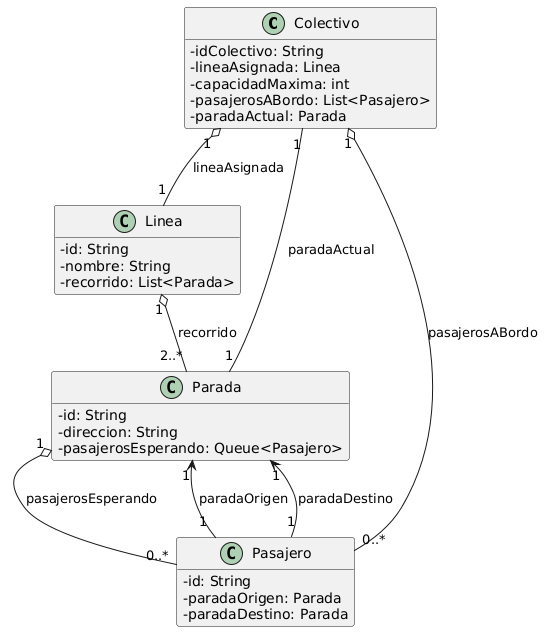
MiyoBran/simulador-colectivos keeps this PlantUML diagram as simulador-colectivos1/src/main/resources/Documentacion/UMLSimplificado.png. Above is the earlier version.
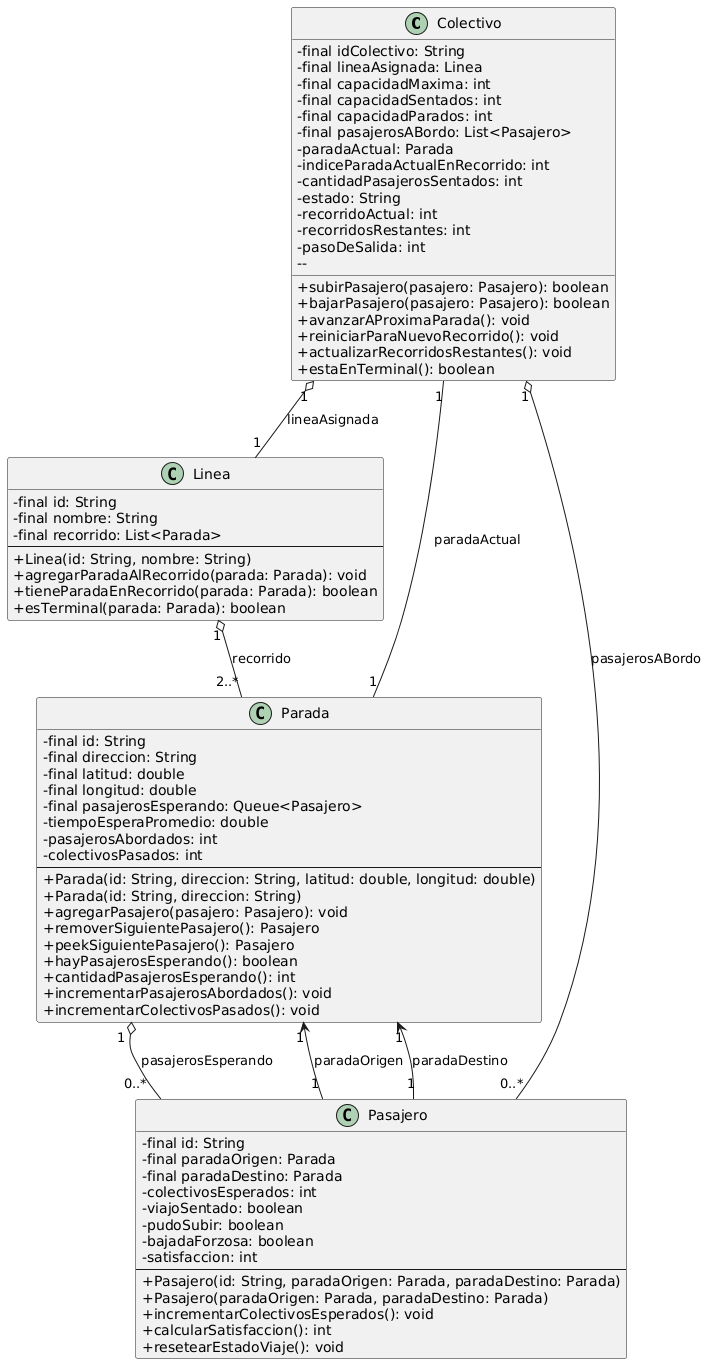
After the commit.

What changed in the source:
```diff
@@ -1,41 +1,83 @@
 @startuml
 skinparam classAttributeIconSize 0
-hide empty members
 
 class Colectivo {
-  - idColectivo: String
-  - lineaAsignada: Linea
-  - capacidadMaxima: int
-  - pasajerosABordo: List<Pasajero>
+  - final idColectivo: String
+  - final lineaAsignada: Linea
+  - final capacidadMaxima: int
+  - final capacidadSentados: int
+  - final capacidadParados: int
+  - final pasajerosABordo: List<Pasajero>
   - paradaActual: Parada
+  - indiceParadaActualEnRecorrido: int
+  - cantidadPasajerosSentados: int
+  - estado: String
+  - recorridoActual: int
+  - recorridosRestantes: int
+  - pasoDeSalida: int
+  --
+  + subirPasajero(pasajero: Pasajero): boolean
+  + bajarPasajero(pasajero: Pasajero): boolean
+  + avanzarAProximaParada(): void
+  + reiniciarParaNuevoRecorrido(): void
+  + actualizarRecorridosRestantes(): void
+  + estaEnTerminal(): boolean
 }
 
 class Linea {
-  - id: String
-  - nombre: String
-  - recorrido: List<Parada>
+  - final id: String
+  - final nombre: String
+  - final recorrido: List<Parada>
+  --
+  + Linea(id: String, nombre: String)
+  + agregarParadaAlRecorrido(parada: Parada): void
+  + tieneParadaEnRecorrido(parada: Parada): boolean
+  + esTerminal(parada: Parada): boolean
 }
 
 class Parada {
-  - id: String
-  - direccion: String
-  - pasajerosEsperando: Queue<Pasajero>
+  - final id: String
+  - final direccion: String
+  - final latitud: double
+  - final longitud: double
+  - final pasajerosEsperando: Queue<Pasajero>
+  - tiempoEsperaPromedio: double
+  - pasajerosAbordados: int
+  - colectivosPasados: int
+  --
+  + Parada(id: String, direccion: String, latitud: double, longitud: double)
+  + Parada(id: String, direccion: String)
+  + agregarPasajero(pasajero: Pasajero): void
+  + removerSiguientePasajero(): Pasajero
+  + peekSiguientePasajero(): Pasajero
+  + hayPasajerosEsperando(): boolean
+  + cantidadPasajerosEsperando(): int
+  + incrementarPasajerosAbordados(): void
+  + incrementarColectivosPasados(): void
 }
 
 class Pasajero {
-  - id: String
-  - paradaOrigen: Parada
-  - paradaDestino: Parada
+  - final id: String
+  - final paradaOrigen: Parada
+  - final paradaDestino: Parada
+  - colectivosEsperados: int
+  - viajoSentado: boolean
+  - pudoSubir: boolean
+  - bajadaForzosa: boolean
+  - satisfaccion: int
+  --
+  + Pasajero(id: String, paradaOrigen: Parada, paradaDestino: Parada)
+  + Pasajero(paradaOrigen: Parada, paradaDestino: Parada)
+  + incrementarColectivosEsperados(): void
+  + calcularSatisfaccion(): int
+  + resetearEstadoViaje(): void
 }
 
 Colectivo "1" o-- "1" Linea : lineaAsignada
 Colectivo "1" o-- "0..*" Pasajero : pasajerosABordo
 Colectivo "1" -- "1" Parada : paradaActual
-
 Linea "1" o-- "2..*" Parada : recorrido
-
 Parada "1" o-- "0..*" Pasajero : pasajerosEsperando
-
 Pasajero "1" --> "1" Parada : paradaOrigen
 Pasajero "1" --> "1" Parada : paradaDestino
 @enduml
```
